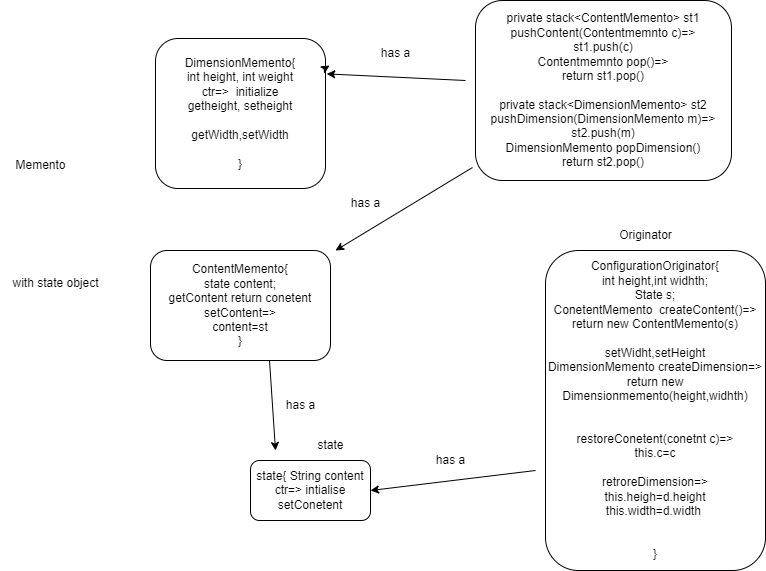
Above: MementoPattern.drawio.png in priya226/0-100dev (draw.io), before the change. Source tidied: cells renumbered, new cells last; positions are measured from the earlier drawing's top-left corner, leaving out a move shared by most shapes.
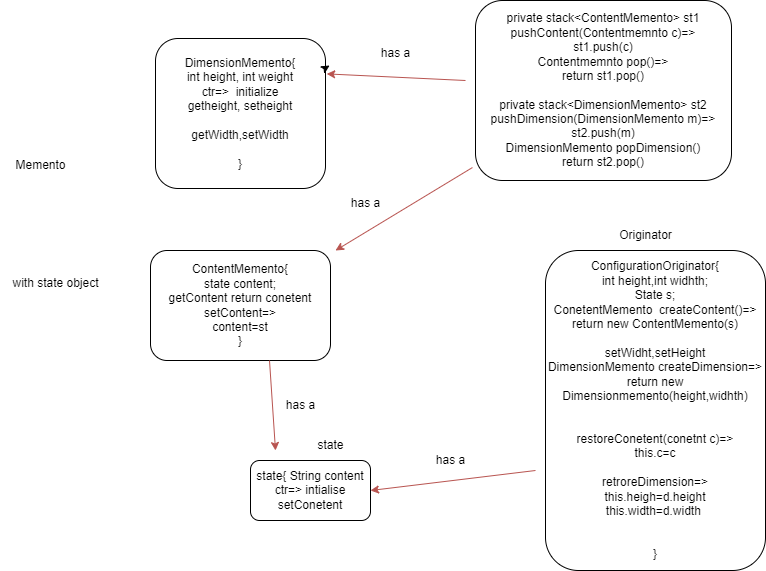
After the commit.

The edit, as a diff of the source:
```diff
@@ -23,7 +23,7 @@
     <mxCell id="8" value="ContentMemento{&lt;div&gt;state content;&lt;/div&gt;&lt;div&gt;getContent return conetent&lt;/div&gt;&lt;div&gt;setContent=&amp;gt;&lt;/div&gt;&lt;div&gt;content=st&lt;/div&gt;&lt;div&gt;}&lt;/div&gt;" style="rounded=1;whiteSpace=wrap;html=1;" parent="1" vertex="1">
       <mxGeometry x="150" y="250" width="180" height="110" as="geometry" />
     </mxCell>
-    <mxCell id="9" style="endArrow=classic;html=1;rounded=0;" parent="1" edge="1">
+    <mxCell id="9" style="endArrow=classic;html=1;rounded=0;fillColor=#f8cecc;strokeColor=#b85450;" parent="1" edge="1">
       <mxGeometry relative="1" as="geometry">
         <mxPoint x="269" y="360" as="sourcePoint" />
         <mxPoint x="275" y="450" as="targetPoint" />
@@ -32,7 +32,7 @@
     <mxCell id="10" value="has a" style="text;html=1;align=center;verticalAlign=middle;strokeColor=none;fillColor=none;" parent="1" vertex="1">
       <mxGeometry x="275" y="390" width="50" height="30" as="geometry" />
     </mxCell>
-    <mxCell id="11" style="endArrow=classic;html=1;rounded=0;entryX=1;entryY=0.5;entryDx=0;entryDy=0;" parent="1" edge="1" target="6">
+    <mxCell id="11" style="endArrow=classic;html=1;rounded=0;entryX=1;entryY=0.5;entryDx=0;entryDy=0;fillColor=#f8cecc;strokeColor=#b85450;" parent="1" edge="1" target="6">
       <mxGeometry relative="1" as="geometry">
         <mxPoint x="535" y="470" as="sourcePoint" />
       </mxGeometry>
@@ -51,13 +51,13 @@
         <mxPoint x="324.2" y="68" as="sourcePoint" />
       </mxGeometry>
     </mxCell>
-    <mxCell id="16" style="endArrow=classic;html=1;rounded=0;entryX=1.024;entryY=0.18;entryDx=0;entryDy=0;entryPerimeter=0;" parent="1" edge="1">
+    <mxCell id="16" style="endArrow=classic;html=1;rounded=0;entryX=1.024;entryY=0.18;entryDx=0;entryDy=0;entryPerimeter=0;fillColor=#f8cecc;strokeColor=#b85450;" parent="1" edge="1">
       <mxGeometry relative="1" as="geometry">
         <mxPoint x="465" y="80" as="sourcePoint" />
         <mxPoint x="326.2" y="73.4" as="targetPoint" />
       </mxGeometry>
     </mxCell>
-    <mxCell id="17" style="endArrow=classic;html=1;rounded=0;exitX=-0.012;exitY=0.928;exitDx=0;exitDy=0;exitPerimeter=0;" parent="1" edge="1" source="13">
+    <mxCell id="17" style="endArrow=classic;html=1;rounded=0;exitX=-0.012;exitY=0.928;exitDx=0;exitDy=0;exitPerimeter=0;fillColor=#f8cecc;strokeColor=#b85450;" parent="1" edge="1" source="13">
       <mxGeometry relative="1" as="geometry">
         <mxPoint x="335" y="250" as="targetPoint" />
       </mxGeometry>
```
